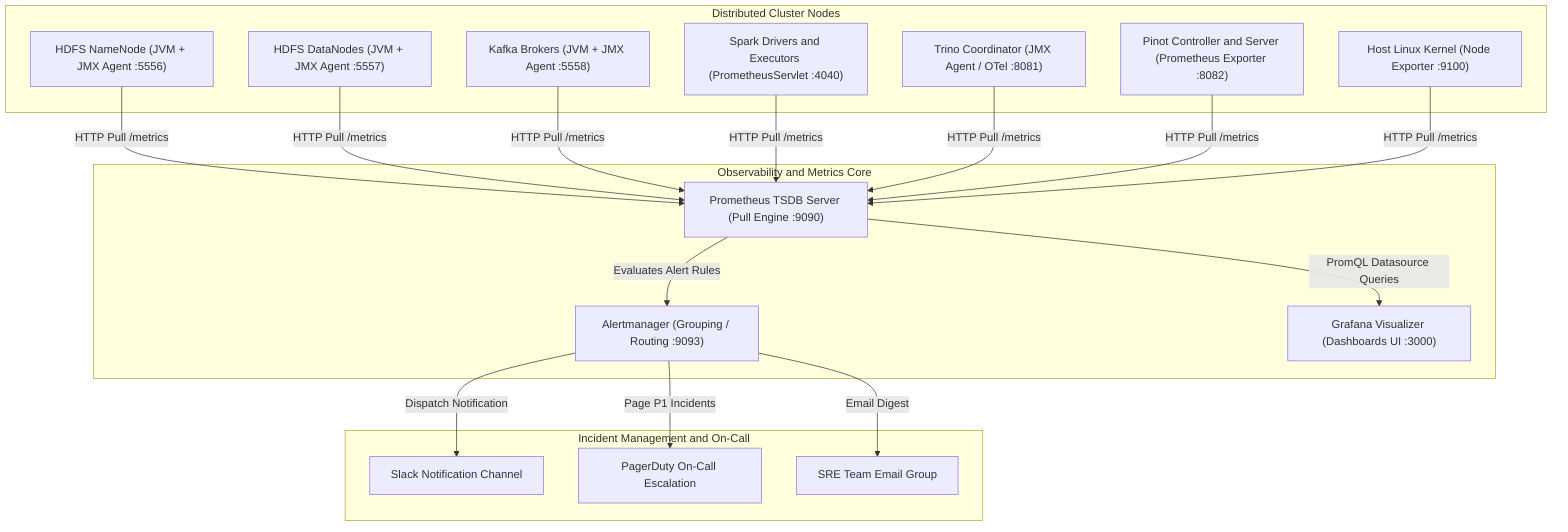
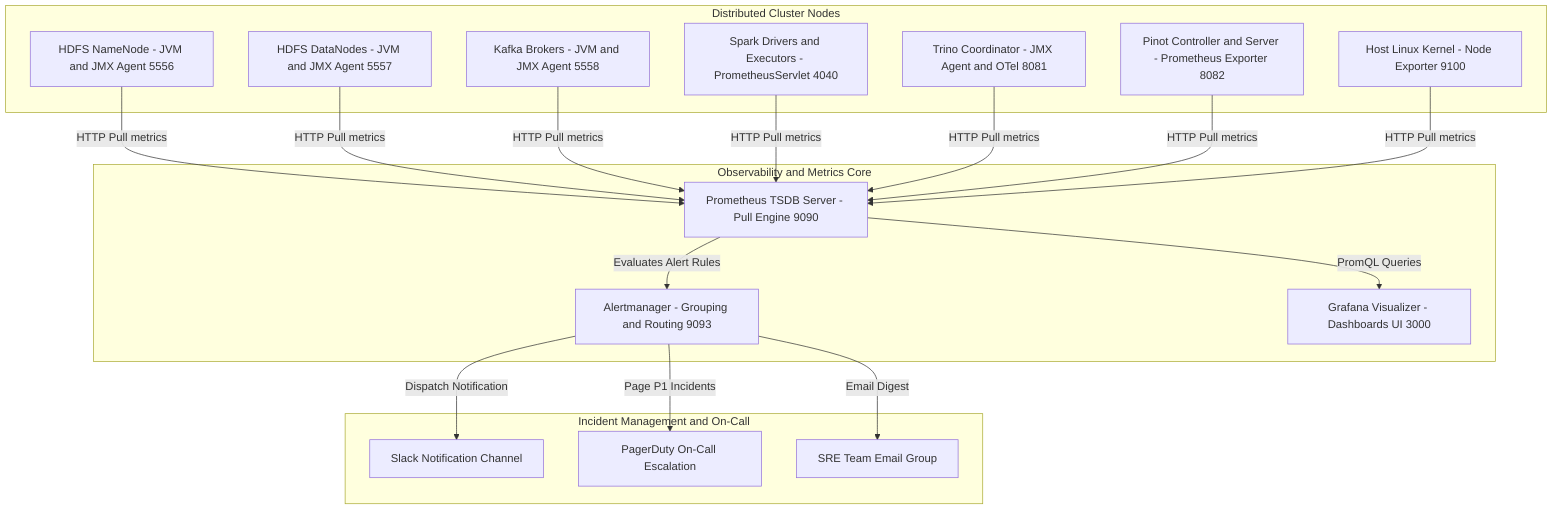
graph TB
-     subgraph Storage_And_Compute ["Distributed Cluster Nodes"]
-         NN["HDFS NameNode (JVM + JMX Agent :5556)"]
-         DN["HDFS DataNodes (JVM + JMX Agent :5557)"]
-         KAFKA["Kafka Brokers (JVM + JMX Agent :5558)"]
-         SPARK["Spark Drivers and Executors (PrometheusServlet :4040)"]
-         TRINO["Trino Coordinator (JMX Agent / OTel :8081)"]
-         PINOT["Pinot Controller and Server (Prometheus Exporter :8082)"]
-         NODE["Host Linux Kernel (Node Exporter :9100)"]
+     subgraph Storage_And_Compute [Distributed Cluster Nodes]
+         NN[HDFS NameNode - JVM and JMX Agent 5556]
+         DN[HDFS DataNodes - JVM and JMX Agent 5557]
+         KAFKA[Kafka Brokers - JVM and JMX Agent 5558]
+         SPARK[Spark Drivers and Executors - PrometheusServlet 4040]
+         TRINO[Trino Coordinator - JMX Agent and OTel 8081]
+         PINOT[Pinot Controller and Server - Prometheus Exporter 8082]
+         NODE[Host Linux Kernel - Node Exporter 9100]
    end

-     subgraph Observability_Tier ["Observability and Metrics Core"]
-         PROM["Prometheus TSDB Server (Pull Engine :9090)"]
-         ALERT["Alertmanager (Grouping / Routing :9093)"]
-         GRAF["Grafana Visualizer (Dashboards UI :3000)"]
+     subgraph Observability_Tier [Observability and Metrics Core]
+         PROM[Prometheus TSDB Server - Pull Engine 9090]
+         ALERT[Alertmanager - Grouping and Routing 9093]
+         GRAF[Grafana Visualizer - Dashboards UI 3000]
    end

-     subgraph Alert_Receivers ["Incident Management and On-Call"]
-         SLACK["Slack Notification Channel"]
-         PD["PagerDuty On-Call Escalation"]
-         MAIL["SRE Team Email Group"]
+     subgraph Alert_Receivers [Incident Management and On-Call]
+         SLACK[Slack Notification Channel]
+         PD[PagerDuty On-Call Escalation]
+         MAIL[SRE Team Email Group]
    end

-     NN -->|HTTP Pull /metrics| PROM
-     DN -->|HTTP Pull /metrics| PROM
-     KAFKA -->|HTTP Pull /metrics| PROM
-     SPARK -->|HTTP Pull /metrics| PROM
-     TRINO -->|HTTP Pull /metrics| PROM
-     PINOT -->|HTTP Pull /metrics| PROM
-     NODE -->|HTTP Pull /metrics| PROM
+     NN -->|HTTP Pull metrics| PROM
+     DN -->|HTTP Pull metrics| PROM
+     KAFKA -->|HTTP Pull metrics| PROM
+     SPARK -->|HTTP Pull metrics| PROM
+     TRINO -->|HTTP Pull metrics| PROM
+     PINOT -->|HTTP Pull metrics| PROM
+     NODE -->|HTTP Pull metrics| PROM

-     PROM -->|PromQL Datasource Queries| GRAF
+     PROM -->|PromQL Queries| GRAF
    PROM -->|Evaluates Alert Rules| ALERT
    ALERT -->|Dispatch Notification| SLACK
    ALERT -->|Page P1 Incidents| PD
    ALERT -->|Email Digest| MAIL
